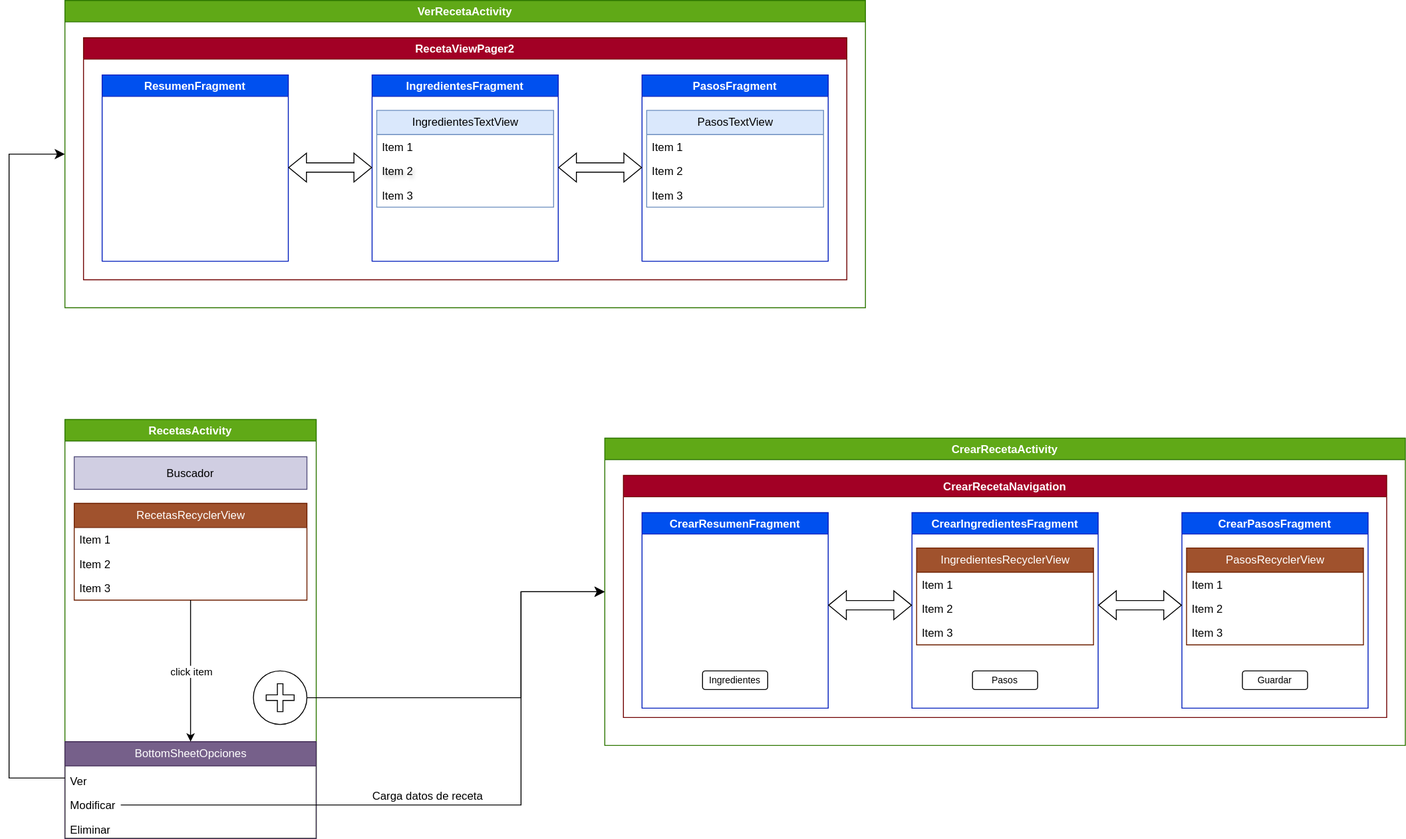
Earlier version of the draw.io export diagramas/Recetario.drawio.svg (overdrive80/RecetasDigitales). Source tidied: cells renumbered, new cells last; positions are measured from the earlier drawing's top-left corner, leaving out a move shared by most shapes.
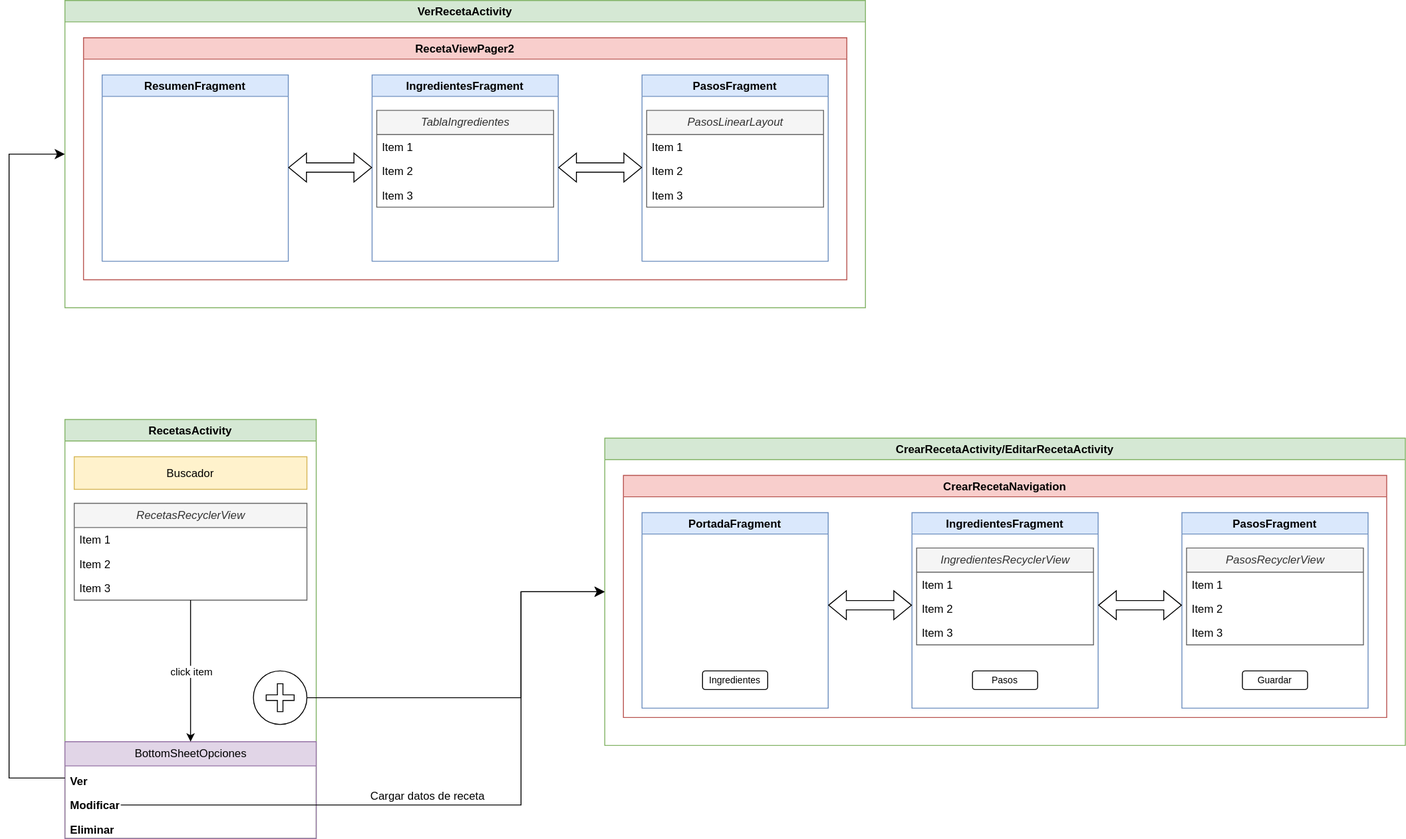
Above is the later version.

The edit, as a diff of the source:
```diff
@@ -2,16 +2,16 @@
   <root>
     <mxCell id="0" />
     <mxCell id="1" parent="0" />
-    <mxCell id="2" value="RecetasActivity" style="swimlane;fillColor=#60a917;fontColor=#ffffff;strokeColor=#2D7600;" parent="1" vertex="1">
+    <mxCell id="2" value="RecetasActivity" style="swimlane;fillColor=#d5e8d4;strokeColor=#82b366;" parent="1" vertex="1">
       <mxGeometry x="60" y="450" width="270" height="450" as="geometry" />
     </mxCell>
-    <mxCell id="3" value="BottomSheetOpciones" style="swimlane;fontStyle=0;horizontal=1;startSize=26;fillColor=#76608a;html=1;fontColor=#ffffff;strokeColor=#432D57;" parent="2" vertex="1">
+    <mxCell id="3" value="BottomSheetOpciones" style="swimlane;fontStyle=0;horizontal=1;startSize=26;fillColor=#e1d5e7;html=1;strokeColor=#9673a6;" parent="2" vertex="1">
       <mxGeometry y="346" width="270" height="104" as="geometry" />
     </mxCell>
-    <mxCell id="4" value="Ver" style="text;strokeColor=none;fillColor=none;align=left;verticalAlign=bottom;spacingLeft=4;spacingRight=7;overflow=hidden;points=[[0,0.5],[1,0.5]];portConstraint=eastwest;whiteSpace=wrap;html=1;spacing=2;spacingTop=0;fontColor=light-dark(#000000,#030303);" parent="3" vertex="1">
+    <mxCell id="4" value="&lt;b&gt;Ver&lt;/b&gt;" style="text;strokeColor=none;fillColor=none;align=left;verticalAlign=bottom;spacingLeft=4;spacingRight=7;overflow=hidden;points=[[0,0.5],[1,0.5]];portConstraint=eastwest;whiteSpace=wrap;html=1;spacing=2;spacingTop=0;fontColor=light-dark(#000000,#030303);" parent="3" vertex="1">
       <mxGeometry y="26" width="270" height="26" as="geometry" />
     </mxCell>
-    <mxCell id="5" value="Modificar" style="text;strokeColor=none;fillColor=none;align=left;verticalAlign=bottom;spacingLeft=4;spacingRight=4;overflow=hidden;whiteSpace=wrap;html=1;spacing=2;fontColor=light-dark(#000000,#242424);" parent="3" vertex="1">
+    <mxCell id="5" value="&lt;b&gt;Modificar&lt;/b&gt;" style="text;strokeColor=none;fillColor=none;align=left;verticalAlign=bottom;spacingLeft=4;spacingRight=4;overflow=hidden;whiteSpace=wrap;html=1;spacing=2;fontColor=light-dark(#000000,#242424);" parent="3" vertex="1">
       <mxGeometry y="52" width="270" height="26" as="geometry" />
     </mxCell>
     <mxCell id="6" style="edgeStyle=elbowEdgeStyle;elbow=horizontal;endArrow=classic;html=1;curved=0;rounded=0;endSize=8;startSize=8;entryX=0;entryY=0.5;entryDx=0;entryDy=0;exitX=1;exitY=0.5;exitDx=0;exitDy=0;labelBorderColor=light-dark(#000000,#000000);fontColor=light-dark(#000000,#000000);strokeColor=light-dark(#000000,#000000);" parent="3" edge="1" target="34">
@@ -22,10 +22,10 @@
         </Array>
       </mxGeometry>
     </mxCell>
-    <mxCell id="7" value="Eliminar" style="text;strokeColor=none;fillColor=none;align=left;verticalAlign=bottom;spacingLeft=4;spacingRight=4;overflow=hidden;whiteSpace=wrap;html=1;spacing=2;fontColor=light-dark(#000000,#000000);" parent="3" vertex="1">
+    <mxCell id="7" value="&lt;b&gt;Eliminar&lt;/b&gt;" style="text;strokeColor=none;fillColor=none;align=left;verticalAlign=bottom;spacingLeft=4;spacingRight=4;overflow=hidden;whiteSpace=wrap;html=1;spacing=2;fontColor=light-dark(#000000,#000000);" parent="3" vertex="1">
       <mxGeometry y="78" width="270" height="26" as="geometry" />
     </mxCell>
-    <mxCell id="8" value="RecetasRecyclerView" style="swimlane;fontStyle=0;horizontal=1;startSize=26;fillColor=#a0522d;html=1;fontColor=#ffffff;strokeColor=#6D1F00;" parent="2" vertex="1">
+    <mxCell id="8" value="&lt;i&gt;RecetasRecyclerView&lt;/i&gt;" style="swimlane;fontStyle=0;horizontal=1;startSize=26;fillColor=#f5f5f5;html=1;fontColor=#333333;strokeColor=#666666;" parent="2" vertex="1">
       <mxGeometry x="10" y="90" width="250" height="104" as="geometry" />
     </mxCell>
     <mxCell id="9" value="Item 1" style="text;strokeColor=none;fillColor=none;align=left;verticalAlign=top;spacingLeft=4;spacingRight=4;overflow=hidden;whiteSpace=wrap;html=1;fontColor=light-dark(#000000,#000000);" parent="8" vertex="1">
@@ -37,7 +37,7 @@
     <mxCell id="11" value="Item 3" style="text;strokeColor=none;fillColor=none;align=left;verticalAlign=top;spacingLeft=4;spacingRight=4;overflow=hidden;points=[[0,0.5],[1,0.5]];portConstraint=eastwest;whiteSpace=wrap;html=1;fontColor=light-dark(#000000,#000000);" parent="8" vertex="1">
       <mxGeometry y="78" width="250" height="26" as="geometry" />
     </mxCell>
-    <mxCell id="12" value="Buscador" style="whiteSpace=wrap;html=1;align=center;newEdgeStyle={&quot;edgeStyle&quot;:&quot;elbowEdgeStyle&quot;,&quot;startArrow&quot;:&quot;none&quot;,&quot;endArrow&quot;:&quot;none&quot;};fillColor=#d0cee2;strokeColor=#56517e;" parent="2" vertex="1">
+    <mxCell id="12" value="Buscador" style="whiteSpace=wrap;html=1;align=center;newEdgeStyle={&quot;edgeStyle&quot;:&quot;elbowEdgeStyle&quot;,&quot;startArrow&quot;:&quot;none&quot;,&quot;endArrow&quot;:&quot;none&quot;};fillColor=#fff2cc;strokeColor=#d6b656;" parent="2" vertex="1">
       <mxGeometry x="10" y="40" width="250" height="35" as="geometry" />
     </mxCell>
     <mxCell id="13" style="endArrow=classic;html=1;rounded=0;entryX=0.5;entryY=0;entryDx=0;entryDy=0;strokeColor=light-dark(#000000,#000000);" parent="2" edge="1" source="11" target="3">
@@ -55,34 +55,34 @@
     <mxCell id="17" style="shape=cross;whiteSpace=wrap;html=1;" parent="15" vertex="1">
       <mxGeometry x="13.8" y="13.8" width="30" height="30" as="geometry" />
     </mxCell>
-    <mxCell id="18" value="VerRecetaActivity" style="swimlane;fillColor=#60a917;fontColor=#ffffff;strokeColor=#2D7600;" parent="1" vertex="1">
+    <mxCell id="18" value="VerRecetaActivity" style="swimlane;fillColor=#d5e8d4;strokeColor=#82b366;" parent="1" vertex="1">
       <mxGeometry x="60" width="860" height="330" as="geometry" />
     </mxCell>
-    <mxCell id="19" value="RecetaViewPager2" style="swimlane;fillColor=#a20025;fontColor=#ffffff;strokeColor=#6F0000;" parent="18" vertex="1">
+    <mxCell id="19" value="RecetaViewPager2" style="swimlane;fillColor=#f8cecc;strokeColor=#b85450;" parent="18" vertex="1">
       <mxGeometry x="20" y="40" width="820" height="260" as="geometry" />
     </mxCell>
-    <mxCell id="20" value="ResumenFragment" style="swimlane;fillColor=#0050ef;fontColor=#ffffff;strokeColor=#001DBC;" parent="19" vertex="1">
+    <mxCell id="20" value="ResumenFragment" style="swimlane;fillColor=#dae8fc;strokeColor=#6c8ebf;" parent="19" vertex="1">
       <mxGeometry x="20" y="40" width="200" height="200" as="geometry" />
     </mxCell>
-    <mxCell id="21" value="IngredientesFragment" style="swimlane;fillColor=#0050ef;fontColor=#ffffff;strokeColor=#001DBC;" parent="19" vertex="1">
+    <mxCell id="21" value="IngredientesFragment" style="swimlane;fillColor=#dae8fc;strokeColor=#6c8ebf;" parent="19" vertex="1">
       <mxGeometry x="310" y="40" width="200" height="200" as="geometry" />
     </mxCell>
-    <mxCell id="22" value="IngredientesTextView" style="swimlane;fontStyle=0;horizontal=1;startSize=26;fillColor=#dae8fc;html=1;strokeColor=#6c8ebf;" parent="21" vertex="1">
+    <mxCell id="22" value="&lt;i&gt;TablaIngredientes&lt;/i&gt;" style="swimlane;fontStyle=0;horizontal=1;startSize=26;fillColor=#f5f5f5;html=1;strokeColor=#666666;fontColor=#333333;" parent="21" vertex="1">
       <mxGeometry x="5" y="38" width="190" height="104" as="geometry" />
     </mxCell>
     <mxCell id="23" value="Item 1" style="text;strokeColor=none;fillColor=none;align=left;verticalAlign=top;spacingLeft=4;spacingRight=4;overflow=hidden;whiteSpace=wrap;html=1;fontColor=light-dark(#000000,#000000);" parent="22" vertex="1">
       <mxGeometry y="26" width="190" height="26" as="geometry" />
     </mxCell>
-    <mxCell id="24" value="Item 2" style="text;strokeColor=none;fillColor=none;align=left;verticalAlign=top;spacingLeft=4;spacingRight=4;overflow=hidden;whiteSpace=wrap;html=1;fontColor=light-dark(#000000,#000000);textShadow=1;" parent="22" vertex="1">
+    <mxCell id="24" value="Item 2" style="text;strokeColor=none;fillColor=none;align=left;verticalAlign=top;spacingLeft=4;spacingRight=4;overflow=hidden;whiteSpace=wrap;html=1;fontColor=light-dark(#000000,#000000);" parent="22" vertex="1">
       <mxGeometry y="52" width="190" height="26" as="geometry" />
     </mxCell>
     <mxCell id="25" value="Item 3" style="text;strokeColor=none;fillColor=none;align=left;verticalAlign=top;spacingLeft=4;spacingRight=4;overflow=hidden;whiteSpace=wrap;html=1;fontColor=light-dark(#000000,#000000);" parent="22" vertex="1">
       <mxGeometry y="78" width="190" height="26" as="geometry" />
     </mxCell>
-    <mxCell id="26" value="PasosFragment" style="swimlane;fillColor=#0050ef;fontColor=#ffffff;strokeColor=#001DBC;" parent="19" vertex="1">
+    <mxCell id="26" value="PasosFragment" style="swimlane;fillColor=#dae8fc;strokeColor=#6c8ebf;" parent="19" vertex="1">
       <mxGeometry x="600" y="40" width="200" height="200" as="geometry" />
     </mxCell>
-    <mxCell id="27" value="PasosTextView" style="swimlane;fontStyle=0;horizontal=1;startSize=26;html=1;fillColor=#dae8fc;strokeColor=#6c8ebf;" parent="26" vertex="1">
+    <mxCell id="27" value="&lt;i&gt;PasosLinearLayout&lt;/i&gt;" style="swimlane;fontStyle=0;horizontal=1;startSize=26;html=1;fillColor=#f5f5f5;strokeColor=#666666;fontColor=#333333;" parent="26" vertex="1">
       <mxGeometry x="5" y="38" width="190" height="104" as="geometry" />
     </mxCell>
     <mxCell id="28" value="Item 1" style="text;strokeColor=none;fillColor=none;align=left;verticalAlign=top;spacingLeft=4;spacingRight=4;overflow=hidden;whiteSpace=wrap;html=1;fontColor=light-dark(#000000,#000000);" parent="27" vertex="1">
@@ -113,22 +113,22 @@
         </Array>
       </mxGeometry>
     </mxCell>
-    <mxCell id="34" value="CrearRecetaActivity" style="swimlane;fillColor=#60a917;fontColor=#ffffff;strokeColor=#2D7600;" parent="1" vertex="1">
+    <mxCell id="34" value="CrearRecetaActivity/EditarRecetaActivity" style="swimlane;fillColor=#d5e8d4;strokeColor=#82b366;" parent="1" vertex="1">
       <mxGeometry x="640" y="470" width="860" height="330" as="geometry" />
     </mxCell>
-    <mxCell id="35" value="CrearRecetaNavigation" style="swimlane;fillColor=#a20025;fontColor=#ffffff;strokeColor=#6F0000;" parent="34" vertex="1">
+    <mxCell id="35" value="CrearRecetaNavigation" style="swimlane;fillColor=#f8cecc;strokeColor=#b85450;" parent="34" vertex="1">
       <mxGeometry x="20" y="40" width="820" height="260" as="geometry" />
     </mxCell>
-    <mxCell id="36" value="CrearResumenFragment" style="swimlane;fillColor=#0050ef;fontColor=#ffffff;strokeColor=#001DBC;" parent="35" vertex="1">
+    <mxCell id="36" value="PortadaFragment" style="swimlane;fillColor=#dae8fc;strokeColor=#6c8ebf;" parent="35" vertex="1">
       <mxGeometry x="20" y="40" width="200" height="210" as="geometry" />
     </mxCell>
     <mxCell id="37" value="&lt;font style=&quot;font-size: 10px;&quot;&gt;Ingredientes&lt;/font&gt;" style="rounded=1;whiteSpace=wrap;html=1;" parent="36" vertex="1">
       <mxGeometry x="65" y="170" width="70" height="20" as="geometry" />
     </mxCell>
-    <mxCell id="38" value="CrearIngredientesFragment" style="swimlane;fillColor=#0050ef;fontColor=#ffffff;strokeColor=#001DBC;" parent="35" vertex="1">
+    <mxCell id="38" value="IngredientesFragment" style="swimlane;fillColor=#dae8fc;strokeColor=#6c8ebf;" parent="35" vertex="1">
       <mxGeometry x="310" y="40" width="200" height="210" as="geometry" />
     </mxCell>
-    <mxCell id="39" value="IngredientesRecyclerView" style="swimlane;fontStyle=0;horizontal=1;startSize=26;fillColor=#a0522d;html=1;fontColor=#ffffff;strokeColor=#6D1F00;" parent="38" vertex="1">
+    <mxCell id="39" value="&lt;i&gt;IngredientesRecyclerView&lt;/i&gt;" style="swimlane;fontStyle=0;horizontal=1;startSize=26;fillColor=#f5f5f5;html=1;fontColor=#333333;strokeColor=#666666;" parent="38" vertex="1">
       <mxGeometry x="5" y="38" width="190" height="104" as="geometry" />
     </mxCell>
     <mxCell id="40" value="Item 1" style="text;strokeColor=none;fillColor=none;align=left;verticalAlign=top;spacingLeft=4;spacingRight=4;overflow=hidden;whiteSpace=wrap;html=1;fontColor=light-dark(#000000,#000000);" parent="39" vertex="1">
@@ -143,10 +143,10 @@
     <mxCell id="43" value="&lt;font style=&quot;font-size: 10px;&quot;&gt;Pasos&lt;/font&gt;" style="rounded=1;whiteSpace=wrap;html=1;" parent="38" vertex="1">
       <mxGeometry x="65" y="170" width="70" height="20" as="geometry" />
     </mxCell>
-    <mxCell id="44" value="CrearPasosFragment" style="swimlane;fillColor=#0050ef;fontColor=#ffffff;strokeColor=#001DBC;" parent="35" vertex="1">
+    <mxCell id="44" value="PasosFragment" style="swimlane;fillColor=#dae8fc;strokeColor=#6c8ebf;" parent="35" vertex="1">
       <mxGeometry x="600" y="40" width="200" height="210" as="geometry" />
     </mxCell>
-    <mxCell id="45" value="PasosRecyclerView" style="swimlane;fontStyle=0;horizontal=1;startSize=26;fillColor=#a0522d;html=1;fontColor=#ffffff;strokeColor=#6D1F00;" parent="44" vertex="1">
+    <mxCell id="45" value="&lt;i&gt;PasosRecyclerView&lt;/i&gt;" style="swimlane;fontStyle=0;horizontal=1;startSize=26;fillColor=#f5f5f5;html=1;fontColor=#333333;strokeColor=#666666;" parent="44" vertex="1">
       <mxGeometry x="5" y="38" width="190" height="104" as="geometry" />
     </mxCell>
     <mxCell id="46" value="Item 1" style="text;strokeColor=none;fillColor=none;align=left;verticalAlign=top;spacingLeft=4;spacingRight=4;overflow=hidden;whiteSpace=wrap;html=1;fontColor=light-dark(#000000,#030303);" parent="45" vertex="1">
@@ -180,7 +180,7 @@
         </Array>
       </mxGeometry>
     </mxCell>
-    <mxCell id="53" value="&lt;font style=&quot;color: light-dark(rgb(0, 0, 0), rgb(0, 0, 0));&quot;&gt;Carga datos de receta&lt;/font&gt;" style="text;html=1;whiteSpace=wrap;strokeColor=none;fillColor=none;align=center;verticalAlign=middle;rounded=0;" parent="1" vertex="1">
+    <mxCell id="53" value="&lt;font style=&quot;color: light-dark(rgb(0, 0, 0), rgb(0, 0, 0));&quot;&gt;Cargar datos de receta&lt;/font&gt;" style="text;html=1;whiteSpace=wrap;strokeColor=none;fillColor=none;align=center;verticalAlign=middle;rounded=0;" parent="1" vertex="1">
       <mxGeometry x="360" y="840" width="180" height="30" as="geometry" />
     </mxCell>
   </root>
```
